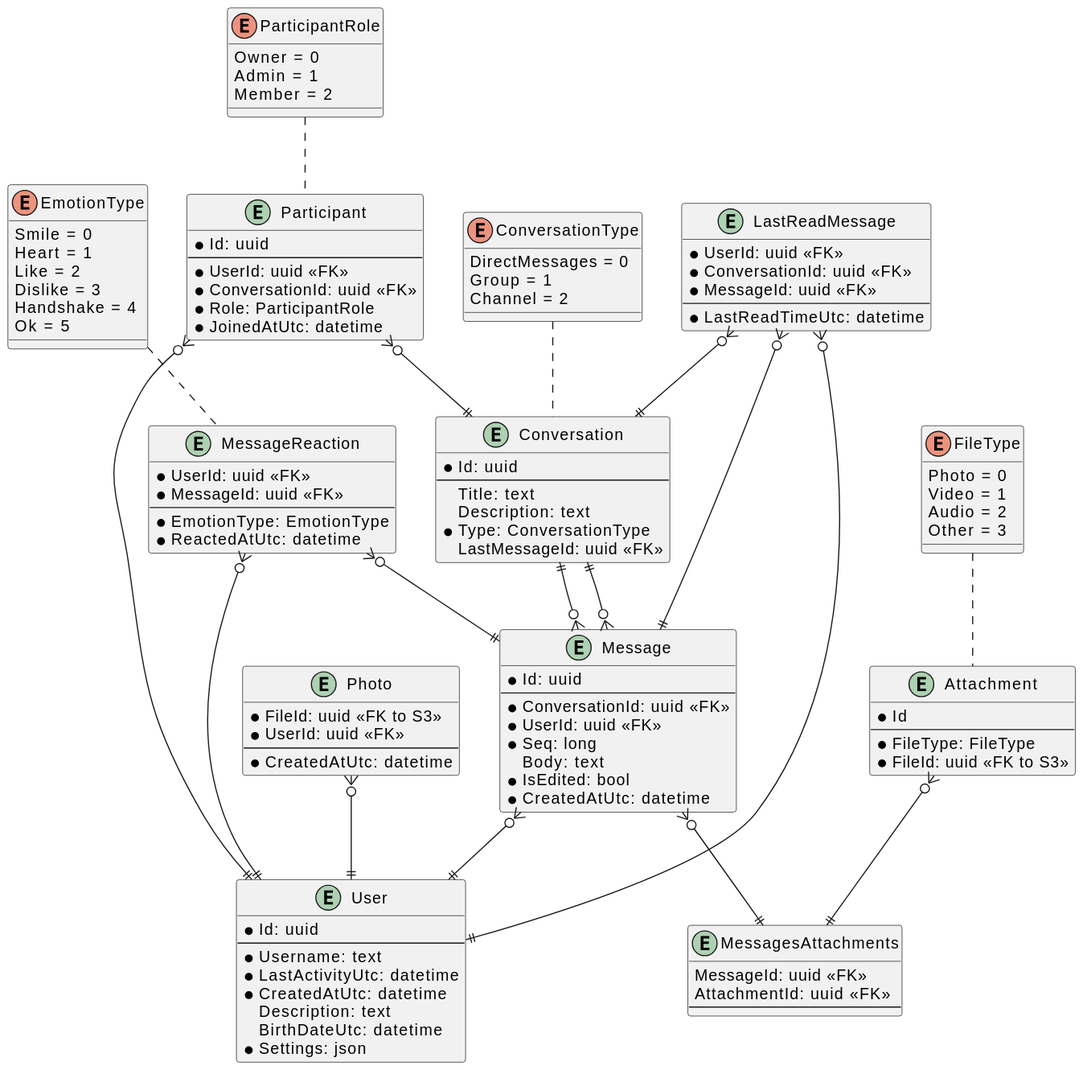
dkovban/pet-chat keeps this PlantUML diagram as Docs/PetChat.DatabaseDesign/DbDesign.svg. Above is the earlier version. The source it was exported from:
```plantuml
@startuml
enum ConversationType {
    DirectMessages = 0
    Group = 1
    Channel = 2
}

enum ParticipantRole {
    Owner = 0
    Admin = 1
    Member = 2
}

enum EmotionType {
    Smile = 0
    Heart = 1
    Like = 2
    Dislike = 3
    Handshake = 4
    Ok = 5
}

enum FileType {
    Photo = 0
    Video = 1
    Audio = 2
    Other = 3
}

entity User {
    * Id: uuid                                  /' Id пользователя '/
    --
    * Username: text                            /' Никнейм пользователя '/
    * LastActivityUtc: datetime                 /' Время последней активности пользователя '/
    * CreatedAtUtc: datetime                    /' Время регистрации аккаунта '/
    Description: text                           /' Описание пользователя '/
    BirthDateUtc: datetime                      /' Дата рождения пользователя '/
    * Settings: json                            /' Личные настройки пользователя '/
}

entity Conversation {
    * Id: uuid                                  /' Id разговора '/
    --
    Title: text                                 /' Наименование разговора '/
    Description: text                           /' Описание разговора '/
    * Type: ConversationType                    /' Тип разговора '/
    LastMessageId: uuid <<FK>>                  /' Id последнего сообщения в разговоре '/
}

entity Participant {
    * Id: uuid                                  /' Id участника разговора '/
    --
    * UserId: uuid <<FK>>                       /' Id пользователя '/
    * ConversationId: uuid <<FK>>               /' Id разговора '/
    * Role: ParticipantRole                     /' Роль участника разговора '/
    * JoinedAtUtc: datetime                     /' Время вступления в разговор '/
}

entity Message {
    * Id: uuid                                  /' Id сообщения '/
    --
    * ConversationId: uuid <<FK>>               /' Id разговора '/
    * UserId: uuid <<FK>>                       /' Id пользователя '/
    * Seq: long                                 /' Порядковый номер сообщения в разговоре '/
    Body: text                                  /' Текст сообщения '/
    * IsEdited: bool                            /' Флаг присутствия изменений в сообщении '/
    * CreatedAtUtc: datetime                    /' Время создания сообщения '/
}

entity MessagesAttachments
{
    MessageId: uuid <<FK>>                      /' Id сообщения '/
    AttachmentId: uuid <<FK>>                   /' Id вложения '/
    --
}

entity LastReadMessage {
    * UserId: uuid <<FK>>                       /' Id пользователя '/
    * ConversationId: uuid <<FK>>               /' Id разговора '/
    * MessageId: uuid <<FK>>                    /' Id сообщения '/
    --
    * LastReadTimeUtc: datetime                 /' Время последнего прочтения '/
}

entity MessageReaction {
    * UserId: uuid <<FK>>                       /' Id пользователя '/
    * MessageId: uuid <<FK>>                    /' Id сообщения '/
    --
    * EmotionType: EmotionType                  /' Тип эмоции '/
    * ReactedAtUtc: datetime                    /' Время реакции '/
}

entity Attachment {
    * Id                                        /' Id приложения '/
    --
    * FileType: FileType                        /' Тип файла '/
    * FileId: uuid <<FK to S3>>                 /' Id файла в S3 '/
}

entity Photo
{
    * FileId: uuid <<FK to S3>>
    * UserId: uuid <<FK>>
    --
    * CreatedAtUtc: datetime
}

ConversationType .. Conversation
ParticipantRole .. Participant
EmotionType .. MessageReaction
FileType .. Attachment

Participant }o--|| User
Participant }o--|| Conversation

Message }o--|| User
Message }o--|| Conversation

Conversation ||--o{ Message

LastReadMessage }o--|| User
LastReadMessage }o--|| Conversation
LastReadMessage }o--|| Message

MessageReaction }o--|| User
MessageReaction }o--|| Message

Attachment }o--|| MessagesAttachments
Message }o--|| MessagesAttachments

Photo }o--|| User
@enduml
```
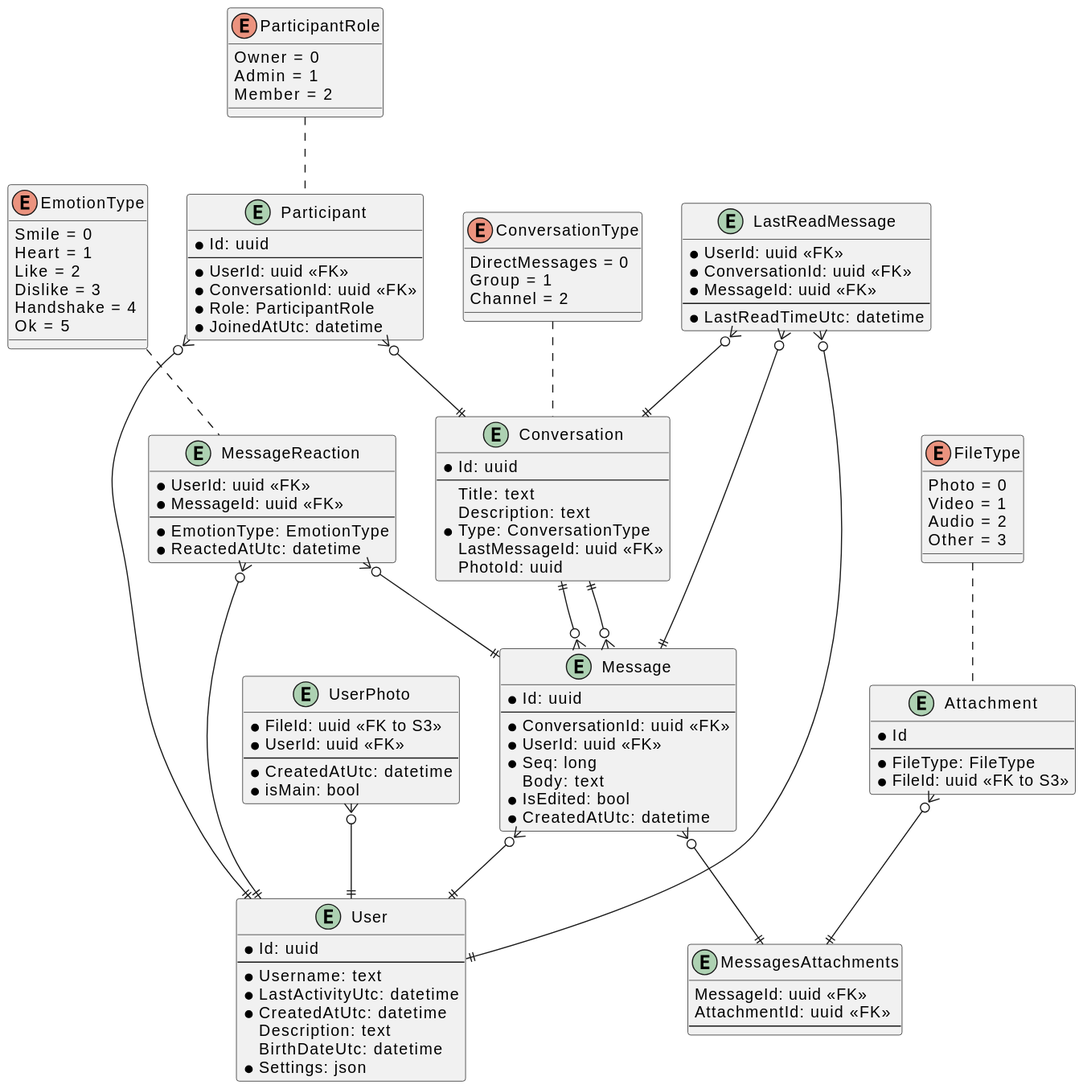
After the change.

Commit message:
#3 - db design schema updated

What changed in the source:
```diff
@@ -45,6 +45,7 @@
     Description: text                           /' Описание разговора '/
     * Type: ConversationType                    /' Тип разговора '/
     LastMessageId: uuid <<FK>>                  /' Id последнего сообщения в разговоре '/
+    PhotoId: uuid                               /' Id фотографии чата в S3 '/
 }
 
 entity Participant {
@@ -97,12 +98,13 @@
     * FileId: uuid <<FK to S3>>                 /' Id файла в S3 '/
 }
 
-entity Photo
+entity UserPhoto
 {
-    * FileId: uuid <<FK to S3>>
-    * UserId: uuid <<FK>>
+    * FileId: uuid <<FK to S3>>                 /' Id файла в S3 '/
+    * UserId: uuid <<FK>>                       /' Id пользователя '/
     --
-    * CreatedAtUtc: datetime
+    * CreatedAtUtc: datetime                    /' Время создания записи '/
+    * isMain: bool                              /' Является ли фотография главной '/
 }
 
 ConversationType .. Conversation
@@ -128,5 +130,5 @@
 Attachment }o--|| MessagesAttachments
 Message }o--|| MessagesAttachments
 
-Photo }o--|| User
+UserPhoto }o--|| User
 @enduml
```
